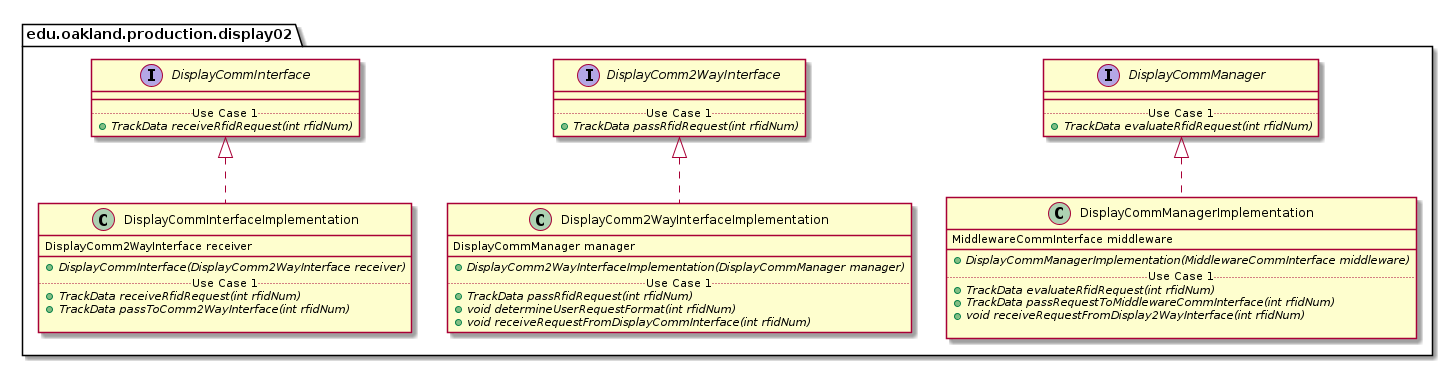
This is docs/uml-class-diagrams/display02/production/Display02ProductionPackage_Closure.png from andrewdimmer/csi-3370-software-project, a PlantUML export, as it was before one commit.
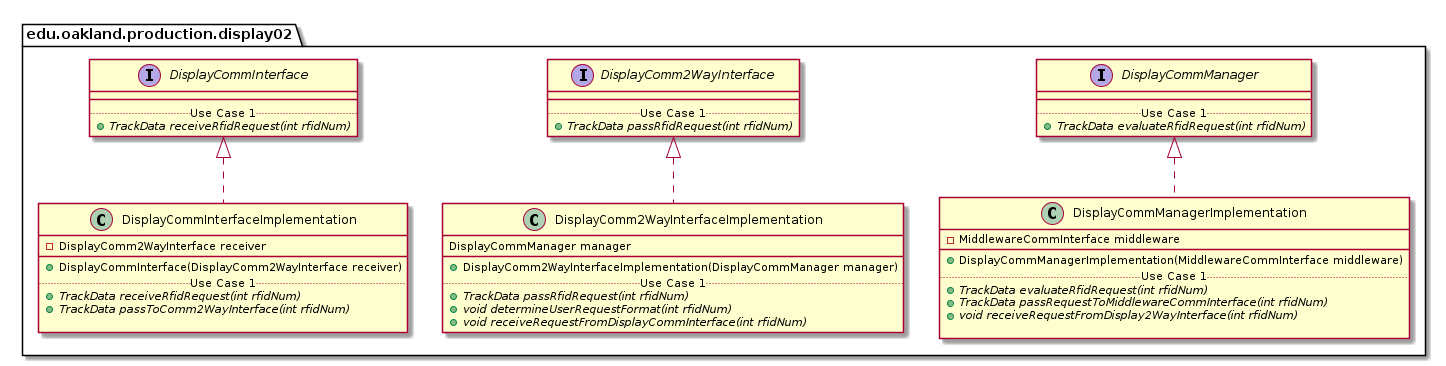
The same diagram one commit later.

The edit, as a diff of the source:
```diff
@@ -53,9 +53,9 @@
 
 package edu.oakland.production.display02 {
     class DisplayCommInterfaceImplementation {
-        DisplayComm2WayInterface receiver
+        - DisplayComm2WayInterface receiver
         __
-        {abstract} + DisplayCommInterface(DisplayComm2WayInterface receiver)
+        + DisplayCommInterface(DisplayComm2WayInterface receiver)
         .. Use Case 1 ..
         {abstract} + TrackData receiveRfidRequest(int rfidNum)
         {abstract} + TrackData passToComm2WayInterface(int rfidNum)
@@ -76,7 +76,7 @@
     class DisplayComm2WayInterfaceImplementation {
         DisplayCommManager manager
         __
-        {abstract} + DisplayComm2WayInterfaceImplementation(DisplayCommManager manager)
+        + DisplayComm2WayInterfaceImplementation(DisplayCommManager manager)
         .. Use Case 1 ..
         {abstract} + TrackData passRfidRequest(int rfidNum)
         {abstract} + void determineUserRequestFormat(int rfidNum)
@@ -95,9 +95,9 @@
 
 package edu.oakland.production.display02 {
     class DisplayCommManagerImplementation {
-        MiddlewareCommInterface middleware
+        - MiddlewareCommInterface middleware
         __
-        {abstract} + DisplayCommManagerImplementation(MiddlewareCommInterface middleware)
+        + DisplayCommManagerImplementation(MiddlewareCommInterface middleware)
         .. Use Case 1 ..
         {abstract} + TrackData evaluateRfidRequest(int rfidNum)
         {abstract} + TrackData passRequestToMiddlewareCommInterface(int rfidNum)
```
